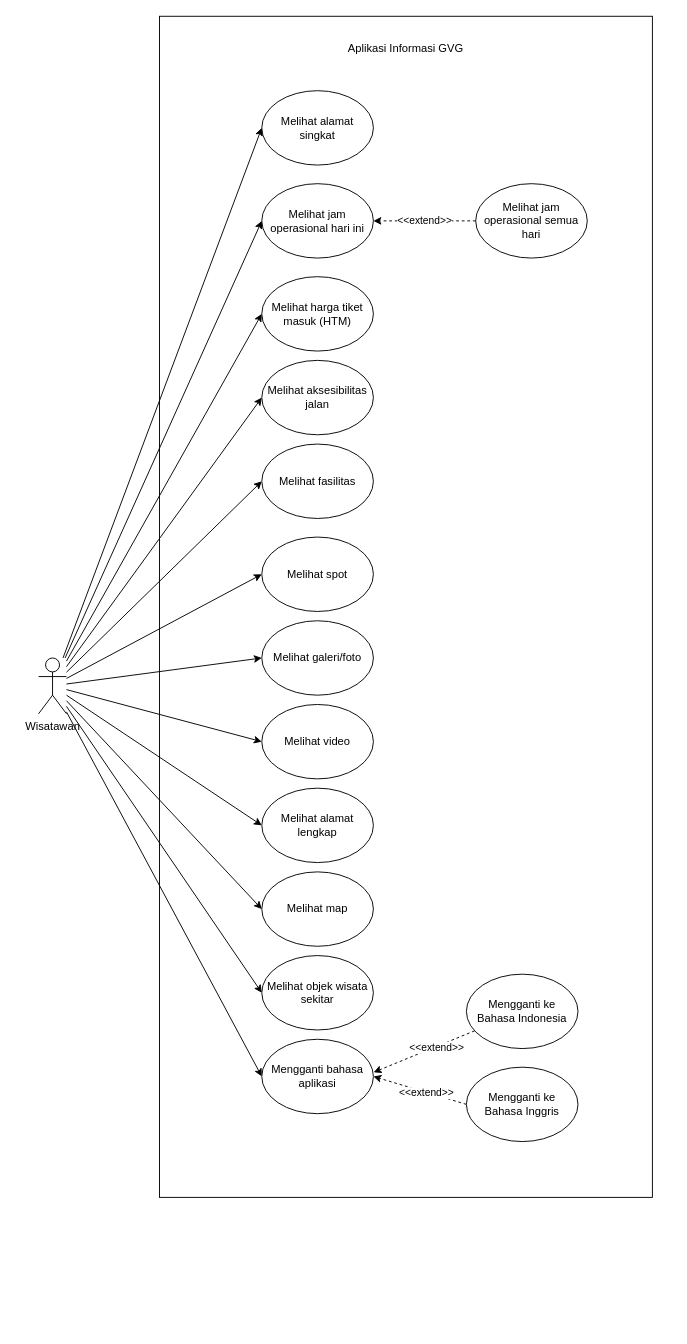
Before: Use Case Diagram_GVGApp.drawio in ariefzuhri/Diagrams, a draw.io diagram. Source tidied: cells renumbered, new cells numbered last; positions are measured from the earlier drawing's top-left corner, leaving out a move shared by most shapes. Both pictures are drawn from the tidied source at 93%, with x=0, y=0 at pixel (38, 16).
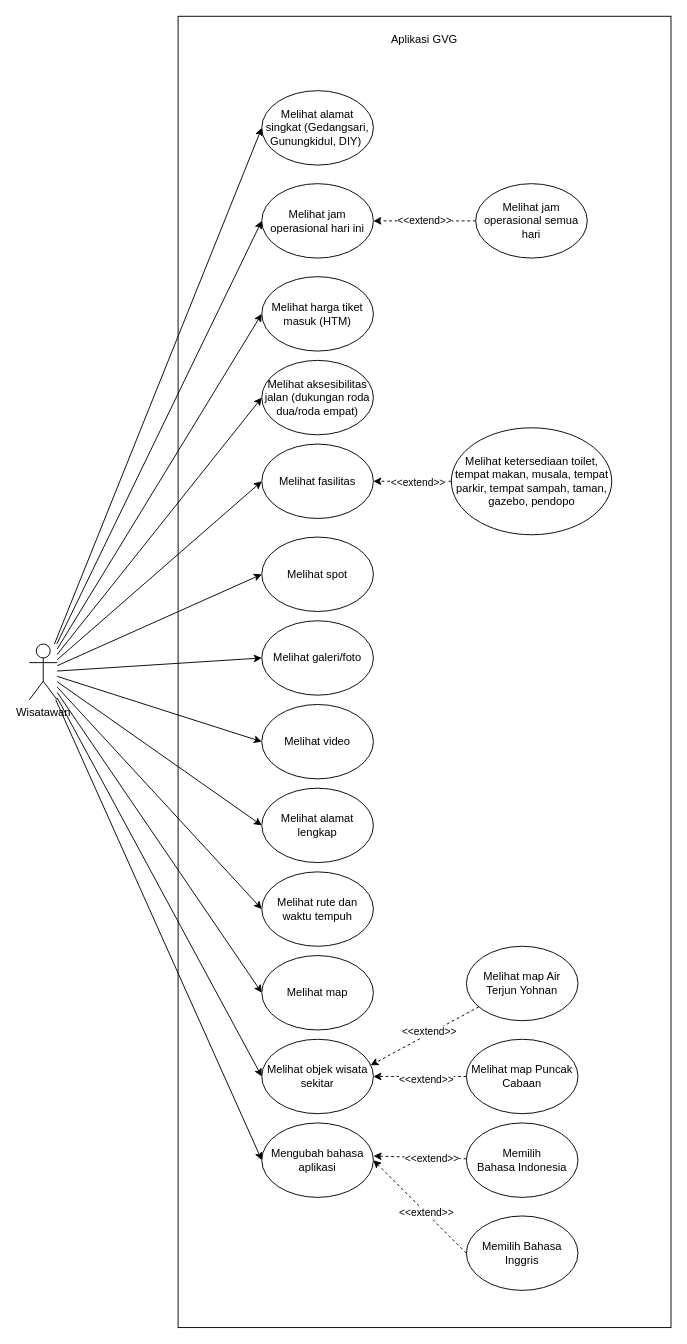
The same page after the edit.

Unchanged cells that the change refers to:
```xml
<mxCell id="20" value="Melihat fasilitas" style="ellipse;whiteSpace=wrap;html=1;" parent="1" vertex="1">
  <mxGeometry x="240" y="460" width="120" height="80" as="geometry" />
</mxCell>
```

The edit, as a diff of the source:
```diff
@@
     <mxCell id="2" style="rounded=0;whiteSpace=wrap;html=1;" parent="1" vertex="1">
-      <mxGeometry x="130" width="530" height="1270" as="geometry" />
+      <mxGeometry x="150" width="530" height="1410" as="geometry" />
     </mxCell>
@@
+    <mxCell id="38" style="edgeStyle=none;rounded=0;jettySize=auto;html=1;entryX=0;entryY=0.5;entryDx=0;entryDy=0;" parent="1" edge="1" source="15" target="48">
+      <mxGeometry relative="1" as="geometry" />
+    </mxCell>
     <mxCell id="15" value="Wisatawan" style="shape=umlActor;verticalLabelPosition=bottom;verticalAlign=top;html=1;outlineConnect=0;" parent="1" vertex="1">
-      <mxGeometry y="690" width="30" height="60" as="geometry" />
+      <mxGeometry x="-10" y="675" width="30" height="60" as="geometry" />
     </mxCell>
-    <mxCell id="16" value="Melihat alamat singkat" style="ellipse;whiteSpace=wrap;html=1;" parent="1" vertex="1">
+    <mxCell id="16" value="Melihat alamat singkat (Gedangsari, Gunungkidul, DIY)&amp;nbsp;" style="ellipse;whiteSpace=wrap;html=1;" parent="1" vertex="1">
       <mxGeometry x="240" y="80" width="120" height="80" as="geometry" />
     </mxCell>
@@
-    <mxCell id="19" value="Melihat aksesibilitas jalan" style="ellipse;whiteSpace=wrap;html=1;" parent="1" vertex="1">
+    <mxCell id="19" value="Melihat aksesibilitas jalan (dukungan roda dua/roda empat)" style="ellipse;whiteSpace=wrap;html=1;" parent="1" vertex="1">
       <mxGeometry x="240" y="370" width="120" height="80" as="geometry" />
     </mxCell>
@@
     <mxCell id="25" value="Melihat map" style="ellipse;whiteSpace=wrap;html=1;" parent="1" vertex="1">
-      <mxGeometry x="240" y="920" width="120" height="80" as="geometry" />
+      <mxGeometry x="240" y="1010" width="120" height="80" as="geometry" />
     </mxCell>
     <mxCell id="26" value="Melihat objek wisata sekitar" style="ellipse;whiteSpace=wrap;html=1;" parent="1" vertex="1">
-      <mxGeometry x="240" y="1010" width="120" height="80" as="geometry" />
+      <mxGeometry x="240" y="1100" width="120" height="80" as="geometry" />
     </mxCell>
-    <mxCell id="27" value="Mengganti bahasa aplikasi" style="ellipse;whiteSpace=wrap;html=1;" parent="1" vertex="1">
-      <mxGeometry x="240" y="1100" width="120" height="80" as="geometry" />
+    <mxCell id="27" value="Mengubah bahasa aplikasi" style="ellipse;whiteSpace=wrap;html=1;" parent="1" vertex="1">
+      <mxGeometry x="240" y="1190" width="120" height="80" as="geometry" />
     </mxCell>
-    <mxCell id="28" value="Aplikasi Informasi GVG" style="text;html=1;strokeColor=none;fillColor=none;align=center;verticalAlign=middle;whiteSpace=wrap;rounded=0;" parent="1" vertex="1">
-      <mxGeometry x="325" y="20" width="140" height="30" as="geometry" />
+    <mxCell id="28" value="Aplikasi GVG" style="text;html=1;strokeColor=none;fillColor=none;align=center;verticalAlign=middle;whiteSpace=wrap;rounded=0;" parent="1" vertex="1">
+      <mxGeometry x="345" y="10" width="140" height="30" as="geometry" />
     </mxCell>
@@
-    <mxCell id="34" value="Mengganti ke &lt;br&gt;Bahasa Indonesia" style="ellipse;whiteSpace=wrap;html=1;" parent="1" vertex="1">
-      <mxGeometry x="460" y="1030" width="120" height="80" as="geometry" />
+    <mxCell id="34" value="Memilih&lt;br&gt;Bahasa Indonesia" style="ellipse;whiteSpace=wrap;html=1;" parent="1" vertex="1">
+      <mxGeometry x="460" y="1190" width="120" height="80" as="geometry" />
     </mxCell>
@@
-    <mxCell id="37" value="Mengganti ke &lt;br&gt;Bahasa Inggris" style="ellipse;whiteSpace=wrap;html=1;" parent="1" vertex="1">
-      <mxGeometry x="460" y="1130" width="120" height="80" as="geometry" />
+    <mxCell id="37" value="Memilih Bahasa Inggris" style="ellipse;whiteSpace=wrap;html=1;" parent="1" vertex="1">
+      <mxGeometry x="460" y="1290" width="120" height="80" as="geometry" />
     </mxCell>
+    <mxCell id="39" style="edgeStyle=none;rounded=0;jettySize=auto;html=1;entryX=1;entryY=0.5;entryDx=0;entryDy=0;dashed=1;" parent="1" edge="1" source="41" target="26">
+      <mxGeometry relative="1" as="geometry" />
+    </mxCell>
+    <mxCell id="40" value="&amp;lt;&amp;lt;extend&amp;gt;&amp;gt;" style="edgeLabel;html=1;align=center;verticalAlign=middle;" parent="39" vertex="1">
+      <mxGeometry x="-0.13" y="2" relative="1" as="geometry" />
+    </mxCell>
+    <mxCell id="41" value="Melihat map Puncak Cabaan" style="ellipse;whiteSpace=wrap;html=1;" parent="1" vertex="1">
+      <mxGeometry x="460" y="1100" width="120" height="80" as="geometry" />
+    </mxCell>
+    <mxCell id="42" style="edgeStyle=none;rounded=0;jettySize=auto;html=1;entryX=0.975;entryY=0.35;entryDx=0;entryDy=0;entryPerimeter=0;dashed=1;" parent="1" edge="1" source="44" target="26">
+      <mxGeometry relative="1" as="geometry" />
+    </mxCell>
+    <mxCell id="43" value="&amp;lt;&amp;lt;extend&amp;gt;&amp;gt;" style="edgeLabel;html=1;align=center;verticalAlign=middle;" parent="42" vertex="1">
+      <mxGeometry x="-0.1" y="-2" relative="1" as="geometry" />
+    </mxCell>
+    <mxCell id="44" value="Melihat map Air Terjun Yohnan" style="ellipse;whiteSpace=wrap;html=1;" parent="1" vertex="1">
+      <mxGeometry x="460" y="1000" width="120" height="80" as="geometry" />
+    </mxCell>
+    <mxCell id="45" style="edgeStyle=none;rounded=0;jettySize=auto;html=1;dashed=1;entryX=1;entryY=0.5;entryDx=0;entryDy=0;" parent="1" edge="1" source="47" target="20">
+      <mxGeometry relative="1" as="geometry" />
+    </mxCell>
+    <mxCell id="46" value="&amp;lt;&amp;lt;extend&amp;gt;&amp;gt;" style="edgeLabel;html=1;align=center;verticalAlign=middle;" parent="45" vertex="1">
+      <mxGeometry x="-0.15" y="1" relative="1" as="geometry" />
+    </mxCell>
+    <mxCell id="47" value="Melihat ketersediaan toilet, tempat makan, musala, tempat parkir, tempat sampah, taman, gazebo, pendopo" style="ellipse;whiteSpace=wrap;html=1;" parent="1" vertex="1">
+      <mxGeometry x="443.8" y="442.5" width="172.5" height="115" as="geometry" />
+    </mxCell>
+    <mxCell id="48" value="Melihat rute dan waktu tempuh" style="ellipse;whiteSpace=wrap;html=1;" parent="1" vertex="1">
+      <mxGeometry x="240" y="920" width="120" height="80" as="geometry" />
+    </mxCell>
```
